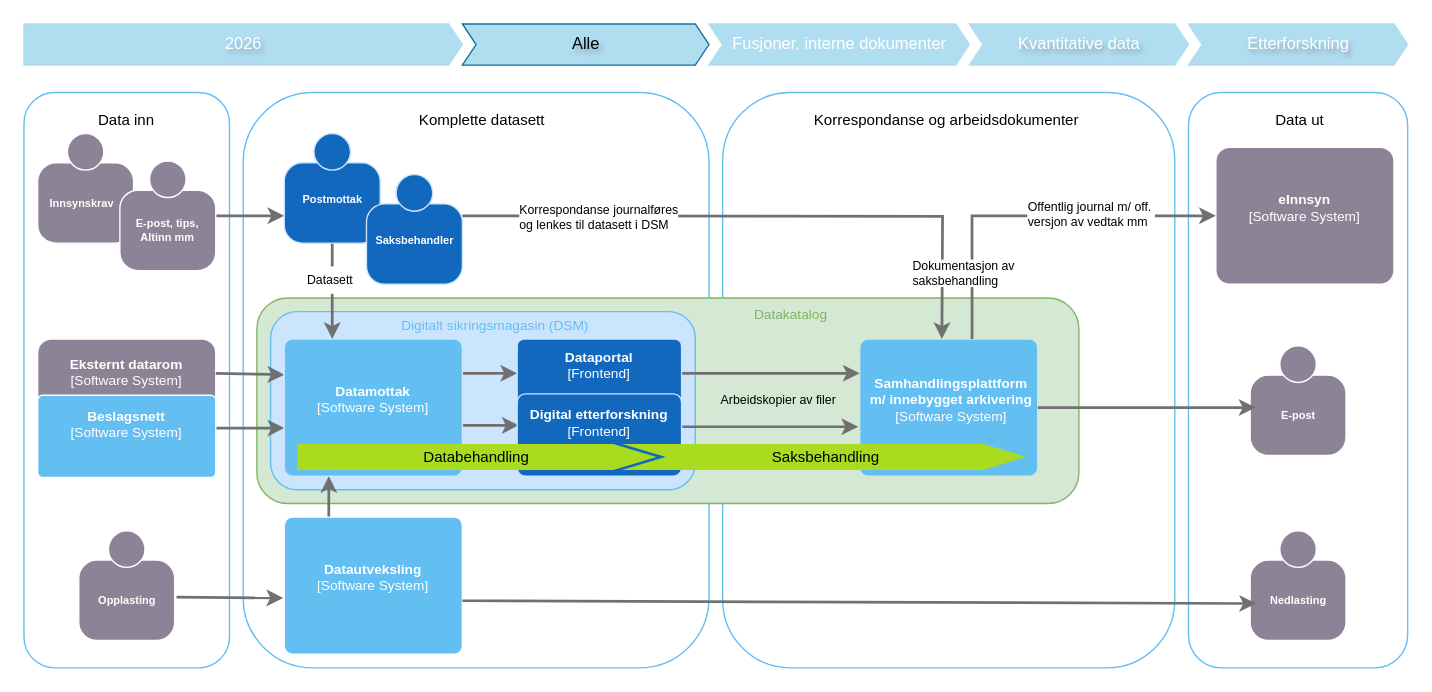
Before: page "2028 Alle" (5 of 8) of dataflyt.drawio in mortenee/draw.io, a draw.io diagram. Source tidied: cells renumbered, new cells numbered last; positions are measured from the earlier drawing's top-left corner, leaving out a move shared by most shapes. Both pictures are drawn from the tidied source at 137%, with x=0, y=0 at pixel (23, 23).
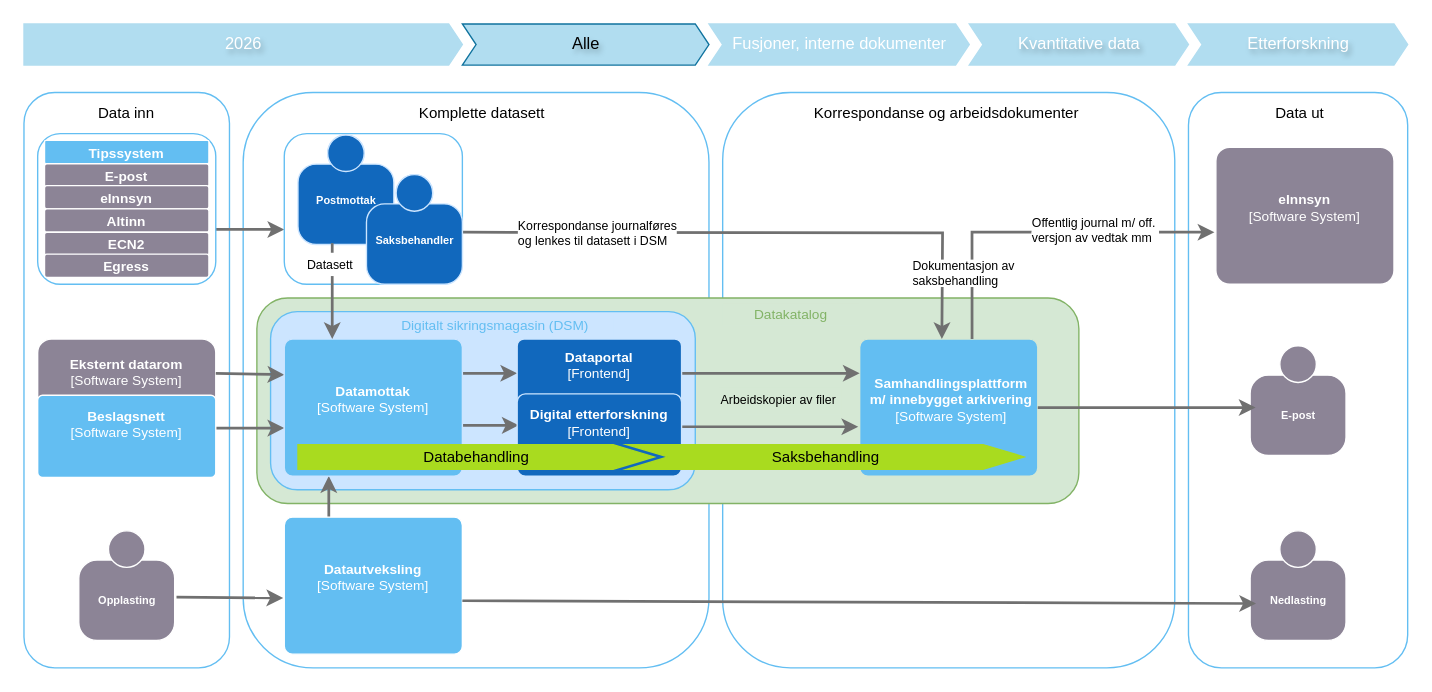
The same page after the edit.

The change refers to these unchanged cells:
```xml
<object id="12" label="&lt;b&gt;%c4Name%&lt;/b&gt;&lt;div&gt;[%c4Type%]&lt;/div&gt;&lt;br&gt;&lt;div&gt;%c4Description%&lt;/div&gt;" c4Description="" c4Name="Samhandlingsplattform m/ innebygget arkivering" c4Type="Software System" placeholders="1">
  <mxCell style="rounded=1;whiteSpace=wrap;html=1;labelBackgroundColor=none;fillColor=#63BEF2;align=center;arcSize=6;strokeColor=#D5E8D4;metaData={&quot;c4Type&quot;:{&quot;editable&quot;:false}};points=[[0.25,0,0],[0.5,0,0],[0.75,0,0],[1,0.25,0],[1,0.5,0],[1,0.75,0],[0.75,1,0],[0.5,1,0],[0.25,1,0],[0,0.75,0],[0,0.5,0],[0,0.25,0]];verticalAlign=middle;fontFamily=Helvetica;fontSize=10;fontColor=#ffffff;spacingLeft=4;" parent="1" vertex="1">
    <mxGeometry x="610" y="230" width="130" height="100" as="geometry" />
  </mxCell>
</object>
<object id="36" label="&lt;font&gt;&lt;b&gt;%c4Name%&lt;/b&gt;&lt;/font&gt;&lt;div&gt;[%c4Type%]&lt;/div&gt;&lt;br&gt;&lt;div&gt;&lt;font&gt;&lt;font color=&quot;#cccccc&quot;&gt;%c4Description%&lt;/font&gt;&lt;/font&gt;&lt;/div&gt;" c4Description="" c4Name="eInnsyn" c4Type="Software System" placeholders="1">
  <mxCell style="rounded=1;whiteSpace=wrap;html=1;labelBackgroundColor=none;fillColor=#8C8496;fontColor=#ffffff;align=center;arcSize=10;strokeColor=#FFFFFF;points=[[0.25,0,0],[0.5,0,0],[0.75,0,0],[1,0.25,0],[1,0.5,0],[1,0.75,0],[0.75,1,0],[0.5,1,0],[0.25,1,0],[0,0.75,0],[0,0.5,0],[0,0.25,0]];spacingBottom=0;fontSize=10;" parent="1" vertex="1">
    <mxGeometry x="870" y="90" width="130" height="100" as="geometry" />
  </mxCell>
</object>
```

Diff of the diagram source:
```diff
@@
     <mxCell id="13" value="Data inn" style="whiteSpace=wrap;html=1;gradientColor=none;strokeColor=none;fontSize=11;" parent="1" vertex="1">
-      <mxGeometry x="31" y="60" width="88" height="20" as="geometry" />
+      <mxGeometry x="31" y="55" width="88" height="20" as="geometry" />
     </mxCell>
     <mxCell id="14" value="&amp;nbsp; &amp;nbsp;Komplette datasett" style="whiteSpace=wrap;html=1;gradientColor=none;strokeColor=none;fontSize=11;" parent="1" vertex="1">
-      <mxGeometry x="214" y="60" width="232" height="20" as="geometry" />
+      <mxGeometry x="214" y="55" width="232" height="20" as="geometry" />
     </mxCell>
@@
     <mxCell id="22" value="Data ut" style="whiteSpace=wrap;html=1;gradientColor=none;strokeColor=none;fontSize=11;" parent="1" vertex="1">
-      <mxGeometry x="895" y="60" width="72.5" height="20" as="geometry" />
+      <mxGeometry x="895" y="55" width="72.5" height="20" as="geometry" />
     </mxCell>
@@
-    <mxCell id="31" style="edgeStyle=none;rounded=0;jettySize=auto;html=1;strokeColor=#707070;strokeWidth=2;fontColor=#707070;entryX=0;entryY=0.5;entryDx=0;entryDy=0;entryPerimeter=0;" parent="1" edge="1" source="33">
-      <mxGeometry relative="1" as="geometry">
-        <mxPoint x="190" y="140" as="targetPoint" />
-      </mxGeometry>
-    </mxCell>
-    <object id="32" label="&lt;b&gt;%c4Name%&lt;/b&gt;&lt;div&gt;%c4Description%&lt;/div&gt;" c4Description="" c4Name="Innsynskrav" placeholders="1">
-      <mxCell style="html=1;dashed=0;whitespace=wrap;fillColor=#8C8496;strokeColor=#FFFFFF;fontColor=#ffffff;shape=mxgraph.c4.person;align=center;metaData={&quot;c4Type&quot;:{&quot;editable&quot;:false}};rounded=1;verticalAlign=middle;arcSize=10;fontFamily=Helvetica;fontSize=8;labelBackgroundColor=none;spacingLeft=-6;" parent="1" vertex="1">
-        <mxGeometry x="10" y="80" width="70" height="80" as="geometry" />
-      </mxCell>
-    </object>
-    <object id="33" label="&lt;b&gt;%c4Name%&lt;/b&gt;&lt;div&gt;%c4Description%&lt;/div&gt;" c4Description="" c4Name="E-post, tips, Altinn mm" placeholders="1">
-      <mxCell style="html=1;dashed=0;whitespace=wrap;fillColor=#8C8496;strokeColor=#FFFFFF;fontColor=#ffffff;shape=mxgraph.c4.person;align=center;points=[[0.5,0,0],[1,0.5,0],[1,0.75,0],[0.75,1,0],[0.5,1,0],[0.25,1,0],[0,0.75,0],[0,0.5,0]];metaData={&quot;c4Type&quot;:{&quot;editable&quot;:false}};rounded=1;verticalAlign=middle;arcSize=10;fontFamily=Helvetica;fontSize=8;labelBackgroundColor=none;whiteSpace=wrap;" parent="1" vertex="1">
-        <mxGeometry x="70" y="100" width="70" height="80" as="geometry" />
-      </mxCell>
-    </object>
     <mxCell id="34" style="edgeStyle=orthogonalEdgeStyle;rounded=0;orthogonalLoop=1;jettySize=auto;html=1;strokeColor=#707070;strokeWidth=2;fontColor=#707070;exitX=1;exitY=0.5;exitDx=0;exitDy=0;exitPerimeter=0;" parent="1" edge="1">
       <mxGeometry relative="1" as="geometry">
-        <mxPoint x="320" y="140" as="sourcePoint" />
+        <mxPoint x="320" y="152" as="sourcePoint" />
         <mxPoint x="670" y="230" as="targetPoint" />
       </mxGeometry>
     </mxCell>
@@
-    <mxCell id="37" style="edgeStyle=orthogonalEdgeStyle;rounded=0;jettySize=auto;html=1;strokeColor=#707070;strokeWidth=2;fontColor=#707070;entryX=0;entryY=0.5;entryDx=0;entryDy=0;entryPerimeter=0;exitX=0.631;exitY=0;exitDx=0;exitDy=0;exitPerimeter=0;" parent="1" edge="1" source="12" target="36">
+    <mxCell id="37" style="edgeStyle=orthogonalEdgeStyle;rounded=0;jettySize=auto;html=1;strokeColor=#707070;strokeWidth=2;fontColor=#707070;entryX=-0.008;entryY=0.62;entryDx=0;entryDy=0;entryPerimeter=0;exitX=0.631;exitY=0;exitDx=0;exitDy=0;exitPerimeter=0;" parent="1" edge="1" source="12" target="36">
       <mxGeometry relative="1" as="geometry" />
     </mxCell>
@@
-    <mxCell id="44" style="edgeStyle=none;rounded=0;jettySize=auto;html=1;strokeColor=#707070;strokeWidth=2;fontColor=#707070;exitX=0.5;exitY=1;exitDx=0;exitDy=0;exitPerimeter=0;" parent="1" edge="1" source="49">
-      <mxGeometry relative="1" as="geometry">
-        <mxPoint x="225" y="230" as="targetPoint" />
-      </mxGeometry>
-    </mxCell>
@@
     <mxCell id="48" value="Korrespondanse og arbeidsdokumenter" style="whiteSpace=wrap;html=1;gradientColor=none;strokeColor=none;fontSize=11;align=left;fontColor=#000000;" parent="1" vertex="1">
-      <mxGeometry x="575" y="60" width="205" height="20" as="geometry" />
+      <mxGeometry x="575" y="55" width="205" height="20" as="geometry" />
     </mxCell>
-    <object id="49" label="&lt;b&gt;%c4Name%&lt;/b&gt;&lt;div&gt;%c4Description%&lt;/div&gt;" c4Description="" c4Name=" Postmottak" placeholders="1">
-      <mxCell style="html=1;dashed=0;whitespace=wrap;fillColor=#1168BD;strokeColor=#CCE5FF;fontColor=#ffffff;shape=mxgraph.c4.person;align=center;points=[[0.5,0,0],[1,0.5,0],[1,0.75,0],[0.75,1,0],[0.5,1,0],[0.25,1,0],[0,0.75,0],[0,0.5,0]];metaData={&quot;c4Type&quot;:{&quot;editable&quot;:false}};rounded=1;verticalAlign=middle;arcSize=10;fontFamily=Helvetica;fontSize=8;labelBackgroundColor=none;spacingBottom=6;" parent="1" vertex="1">
-        <mxGeometry x="190" y="80" width="70" height="80" as="geometry" />
-      </mxCell>
-    </object>
-    <object id="50" label="&lt;b&gt;%c4Name%&lt;/b&gt;&lt;div&gt;%c4Description%&lt;/div&gt;" c4Description="" c4Name="Saksbehandler" placeholders="1">
-      <mxCell style="html=1;dashed=0;whitespace=wrap;fillColor=#1168BD;strokeColor=#CCE5FF;fontColor=#ffffff;shape=mxgraph.c4.person;align=center;metaData={&quot;c4Type&quot;:{&quot;editable&quot;:false}};rounded=1;verticalAlign=middle;arcSize=10;fontFamily=Helvetica;fontSize=8;labelBackgroundColor=none;spacingBottom=6;" parent="1" vertex="1">
-        <mxGeometry x="250" y="110" width="70" height="80" as="geometry" />
-      </mxCell>
-    </object>
-    <mxCell id="51" value="Datasett" style="whiteSpace=wrap;html=1;gradientColor=none;strokeColor=none;align=left;fontSize=9;" parent="1" vertex="1">
-      <mxGeometry x="205" y="177" width="35" height="20" as="geometry" />
-    </mxCell>
@@
+    <mxCell id="55" style="edgeStyle=none;rounded=0;orthogonalLoop=1;jettySize=auto;html=1;strokeColor=#707070;strokeWidth=2;fontColor=#707070;entryX=0;entryY=0.632;entryDx=0;entryDy=0;entryPerimeter=0;exitX=0.969;exitY=0.618;exitDx=0;exitDy=0;exitPerimeter=0;" parent="1" edge="1">
+      <mxGeometry relative="1" as="geometry">
+        <mxPoint x="136" y="150" as="sourcePoint" />
+        <mxPoint x="190" y="150" as="targetPoint" />
+      </mxGeometry>
+    </mxCell>
+    <mxCell id="56" style="rounded=1;whiteSpace=wrap;html=1;labelBorderColor=none;shadow=0;strokeColor=#63BEF2;" parent="1" vertex="1">
+      <mxGeometry x="10" y="80" width="130" height="110" as="geometry" />
+    </mxCell>
+    <object id="57" label="&lt;b&gt;%c4Name%&lt;/b&gt;&lt;div&gt;%c4Description%&lt;/div&gt;" c4Description="" c4Name="Tipssystem" placeholders="1">
+      <mxCell style="rounded=1;whiteSpace=wrap;html=1;labelBackgroundColor=none;fillColor=#63BEF2;fontColor=#ffffff;align=center;arcSize=6;strokeColor=#FFFFFF;spacingBottom=0;fontSize=10;verticalAlign=middle;fontFamily=Helvetica;" parent="1" vertex="1">
+        <mxGeometry x="15" y="85" width="120" height="17" as="geometry" />
+      </mxCell>
+    </object>
+    <object id="58" label="&lt;b&gt;%c4Name%&lt;/b&gt;&lt;div&gt;%c4Description%&lt;/div&gt;" c4Description="" c4Name="E-post" placeholders="1">
+      <mxCell style="rounded=1;whiteSpace=wrap;html=1;labelBackgroundColor=none;fillColor=#8C8496;fontColor=#ffffff;align=center;arcSize=10;strokeColor=#FFFFFF;spacingBottom=0;fontSize=10;" parent="1" vertex="1">
+        <mxGeometry x="15" y="102" width="120" height="17" as="geometry" />
+      </mxCell>
+    </object>
+    <object id="59" label="&lt;b&gt;%c4Name%&lt;/b&gt;&lt;div&gt;%c4Description%&lt;/div&gt;" c4Description="" c4Name="eInnsyn" placeholders="1">
+      <mxCell style="rounded=1;whiteSpace=wrap;html=1;labelBackgroundColor=none;fillColor=#8C8496;fontColor=#ffffff;align=center;arcSize=10;strokeColor=#FFFFFF;spacingBottom=0;fontSize=10;" parent="1" vertex="1">
+        <mxGeometry x="15" y="118" width="120" height="17" as="geometry" />
+      </mxCell>
+    </object>
+    <object id="60" label="&lt;b&gt;%c4Name%&lt;/b&gt;&lt;div&gt;%c4Description%&lt;/div&gt;" c4Description="" c4Name="Altinn" placeholders="1">
+      <mxCell style="rounded=1;whiteSpace=wrap;html=1;labelBackgroundColor=none;fillColor=#8C8496;fontColor=#ffffff;align=center;arcSize=10;strokeColor=#FFFFFF;verticalAlign=middle;fontFamily=Helvetica;fontSize=10;spacingBottom=0;" parent="1" vertex="1">
+        <mxGeometry x="15" y="135" width="120" height="17" as="geometry" />
+      </mxCell>
+    </object>
+    <object id="61" label="&lt;b&gt;%c4Name%&lt;/b&gt;&lt;div&gt;%c4Description%&lt;/div&gt;" c4Description="" c4Name="ECN2" placeholders="1">
+      <mxCell style="rounded=1;whiteSpace=wrap;html=1;labelBackgroundColor=none;fillColor=#8C8496;fontColor=#ffffff;align=center;arcSize=10;strokeColor=#FFFFFF;verticalAlign=middle;fontFamily=Helvetica;fontSize=10;spacingBottom=0;" parent="1" vertex="1">
+        <mxGeometry x="15" y="152" width="120" height="17" as="geometry" />
+      </mxCell>
+    </object>
+    <object id="62" label="&lt;b&gt;%c4Name%&lt;/b&gt;&lt;div&gt;%c4Description%&lt;/div&gt;" c4Description="" c4Name="Egress" placeholders="1">
+      <mxCell style="rounded=1;whiteSpace=wrap;html=1;labelBackgroundColor=none;fillColor=#8C8496;fontColor=#ffffff;align=center;arcSize=10;strokeColor=#FFFFFF;verticalAlign=middle;fontFamily=Helvetica;fontSize=10;spacingBottom=0;" parent="1" vertex="1">
+        <mxGeometry x="15" y="168" width="120" height="17" as="geometry" />
+      </mxCell>
+    </object>
+    <mxCell id="63" style="rounded=1;whiteSpace=wrap;html=1;labelBorderColor=none;shadow=0;strokeColor=#63BEF2;" parent="1" vertex="1">
+      <mxGeometry x="190" y="80" width="130" height="110" as="geometry" />
+    </mxCell>
+    <object id="49" label="&lt;b&gt;%c4Name%&lt;/b&gt;&lt;div&gt;%c4Description%&lt;/div&gt;" c4Description="" c4Name=" Postmottak" placeholders="1">
+      <mxCell style="html=1;dashed=0;whitespace=wrap;fillColor=#1168BD;strokeColor=#CCE5FF;fontColor=#ffffff;shape=mxgraph.c4.person;align=center;points=[[0.5,0,0],[1,0.5,0],[1,0.75,0],[0.75,1,0],[0.5,1,0],[0.25,1,0],[0,0.75,0],[0,0.5,0]];metaData={&quot;c4Type&quot;:{&quot;editable&quot;:false}};rounded=1;verticalAlign=middle;arcSize=10;fontFamily=Helvetica;fontSize=8;labelBackgroundColor=none;spacingBottom=6;" parent="1" vertex="1">
+        <mxGeometry x="200" y="81" width="70" height="80" as="geometry" />
+      </mxCell>
+    </object>
+    <object id="50" label="&lt;b&gt;%c4Name%&lt;/b&gt;&lt;div&gt;%c4Description%&lt;/div&gt;" c4Description="" c4Name="Saksbehandler" placeholders="1">
+      <mxCell style="html=1;dashed=0;whitespace=wrap;fillColor=#1168BD;strokeColor=#CCE5FF;fontColor=#ffffff;shape=mxgraph.c4.person;align=center;metaData={&quot;c4Type&quot;:{&quot;editable&quot;:false}};rounded=1;verticalAlign=middle;arcSize=10;fontFamily=Helvetica;fontSize=8;labelBackgroundColor=none;spacingBottom=6;" parent="1" vertex="1">
+        <mxGeometry x="250" y="110" width="70" height="80" as="geometry" />
+      </mxCell>
+    </object>
+    <mxCell id="64" style="edgeStyle=none;rounded=0;orthogonalLoop=1;jettySize=auto;html=1;strokeColor=#707070;strokeWidth=2;fontColor=#707070;exitX=0.5;exitY=1;exitDx=0;exitDy=0;exitPerimeter=0;" parent="1" edge="1">
+      <mxGeometry relative="1" as="geometry">
+        <mxPoint x="225" y="160" as="sourcePoint" />
+        <mxPoint x="225" y="230" as="targetPoint" />
+      </mxGeometry>
+    </mxCell>
+    <mxCell id="51" value="Datasett" style="whiteSpace=wrap;html=1;gradientColor=none;strokeColor=none;align=left;fontSize=9;" parent="1" vertex="1">
+      <mxGeometry x="205" y="167" width="35" height="17" as="geometry" />
+    </mxCell>
```
